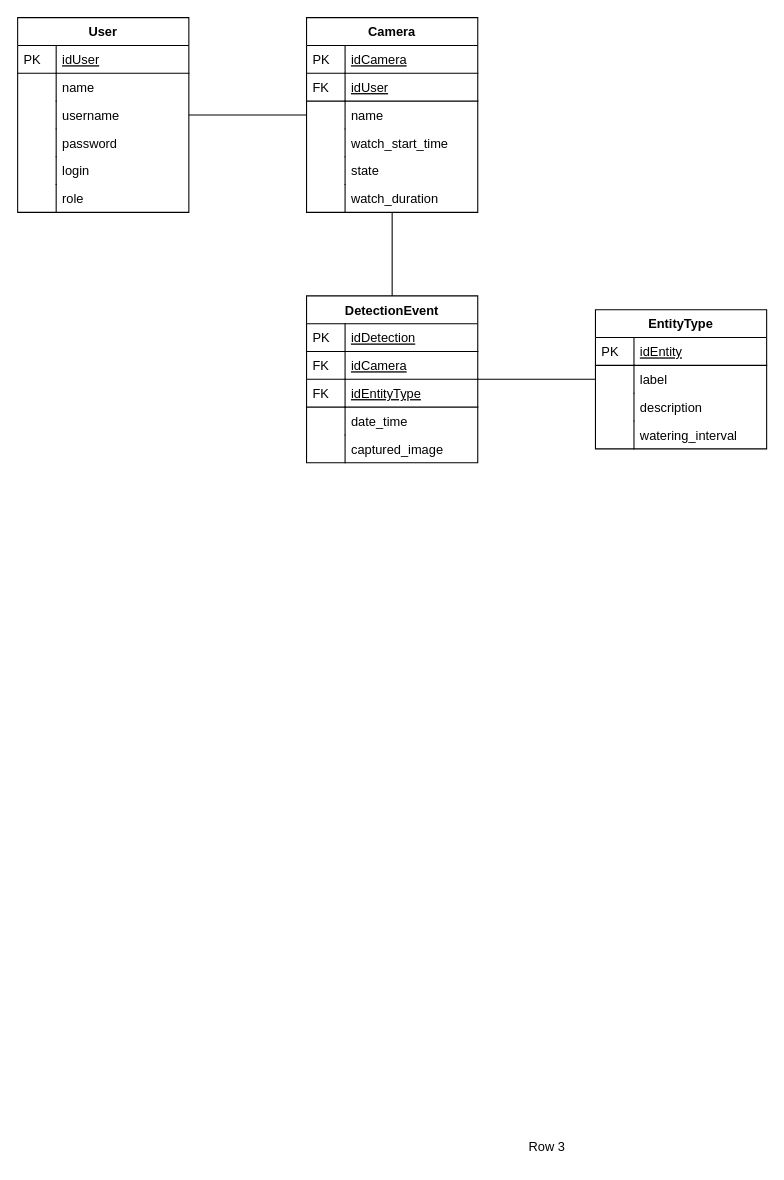
Earlier version of the draw.io diagram page "MLD_iWebcamProtect" (3 of 4) of docs/NonPDF/iWebcamProtectApi.drawio (pabonhomme/IWebcamProtect). Source tidied: cells renumbered, new cells numbered last; positions are measured from the earlier drawing's top-left corner, leaving out a move shared by most shapes. Both pictures are drawn from the tidied source at 107%, with x=0, y=0 at pixel (17, 17).
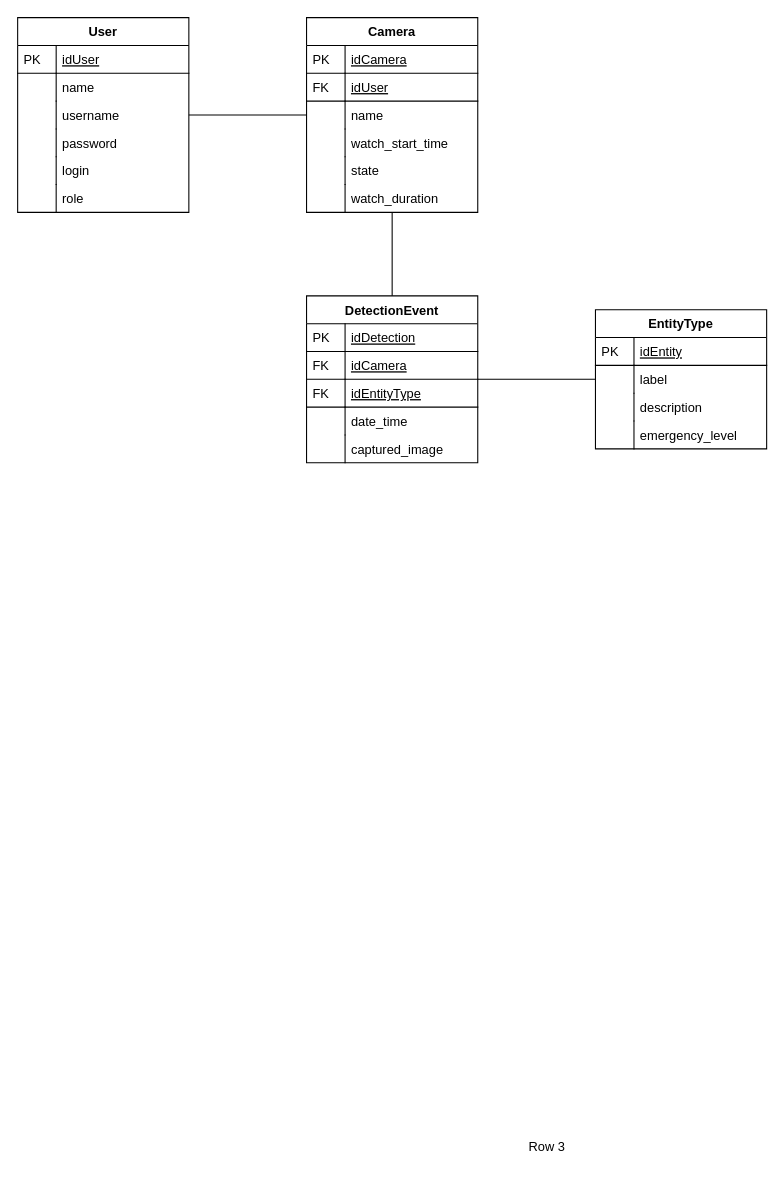
After the change.

The change refers to these unchanged cells:
```xml
<mxCell id="42" value="EntityType" style="swimlane;fontStyle=1;horizontal=1;startSize=26;rounded=0;shadow=0;strokeWidth=1;" parent="1" vertex="1">
  <mxGeometry x="540" y="273" width="160" height="130" as="geometry" />
</mxCell>
```

What changed in the source:
```diff
@@
-    <mxCell id="49" value="watering_interval" style="shape=partialRectangle;top=0;left=0;right=0;bottom=0;align=left;verticalAlign=top;fillColor=none;spacingLeft=40;spacingRight=4;overflow=hidden;rounded=0;shadow=0;strokeWidth=1;" parent="42" vertex="1">
+    <mxCell id="49" value="emergency_level" style="shape=partialRectangle;top=0;left=0;right=0;bottom=0;align=left;verticalAlign=top;fillColor=none;spacingLeft=40;spacingRight=4;overflow=hidden;rounded=0;shadow=0;strokeWidth=1;" parent="42" vertex="1">
       <mxGeometry y="104" width="160" height="26" as="geometry" />
     </mxCell>
```
